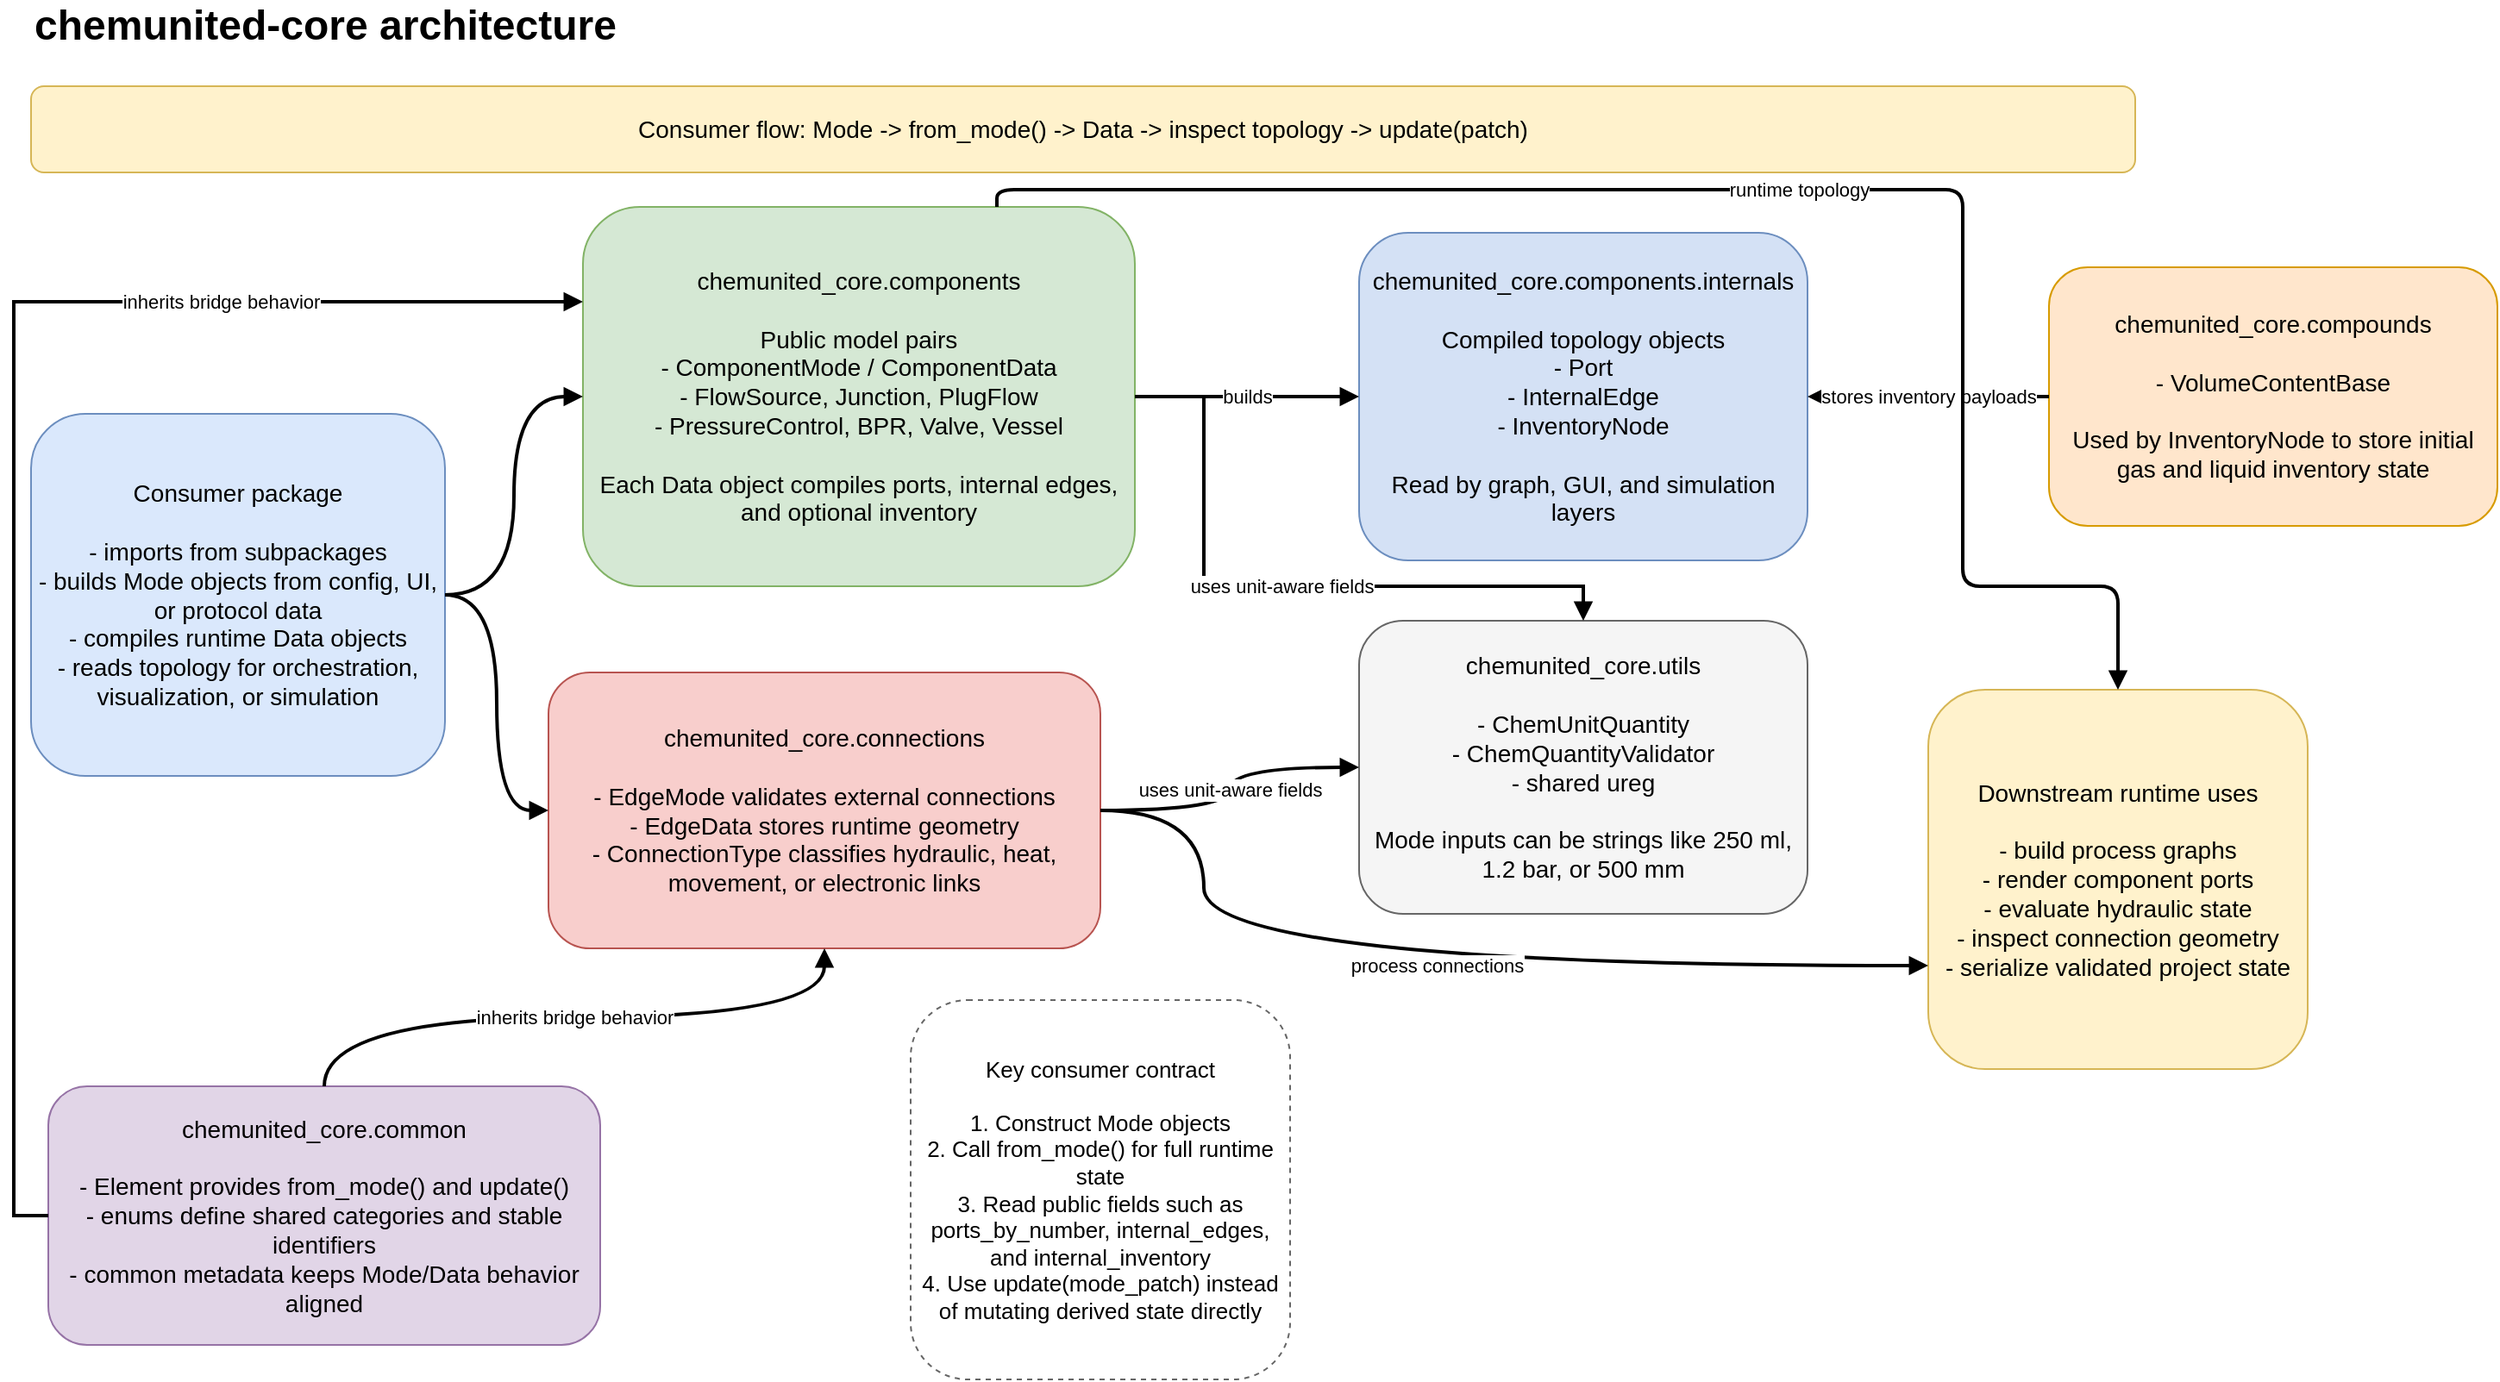
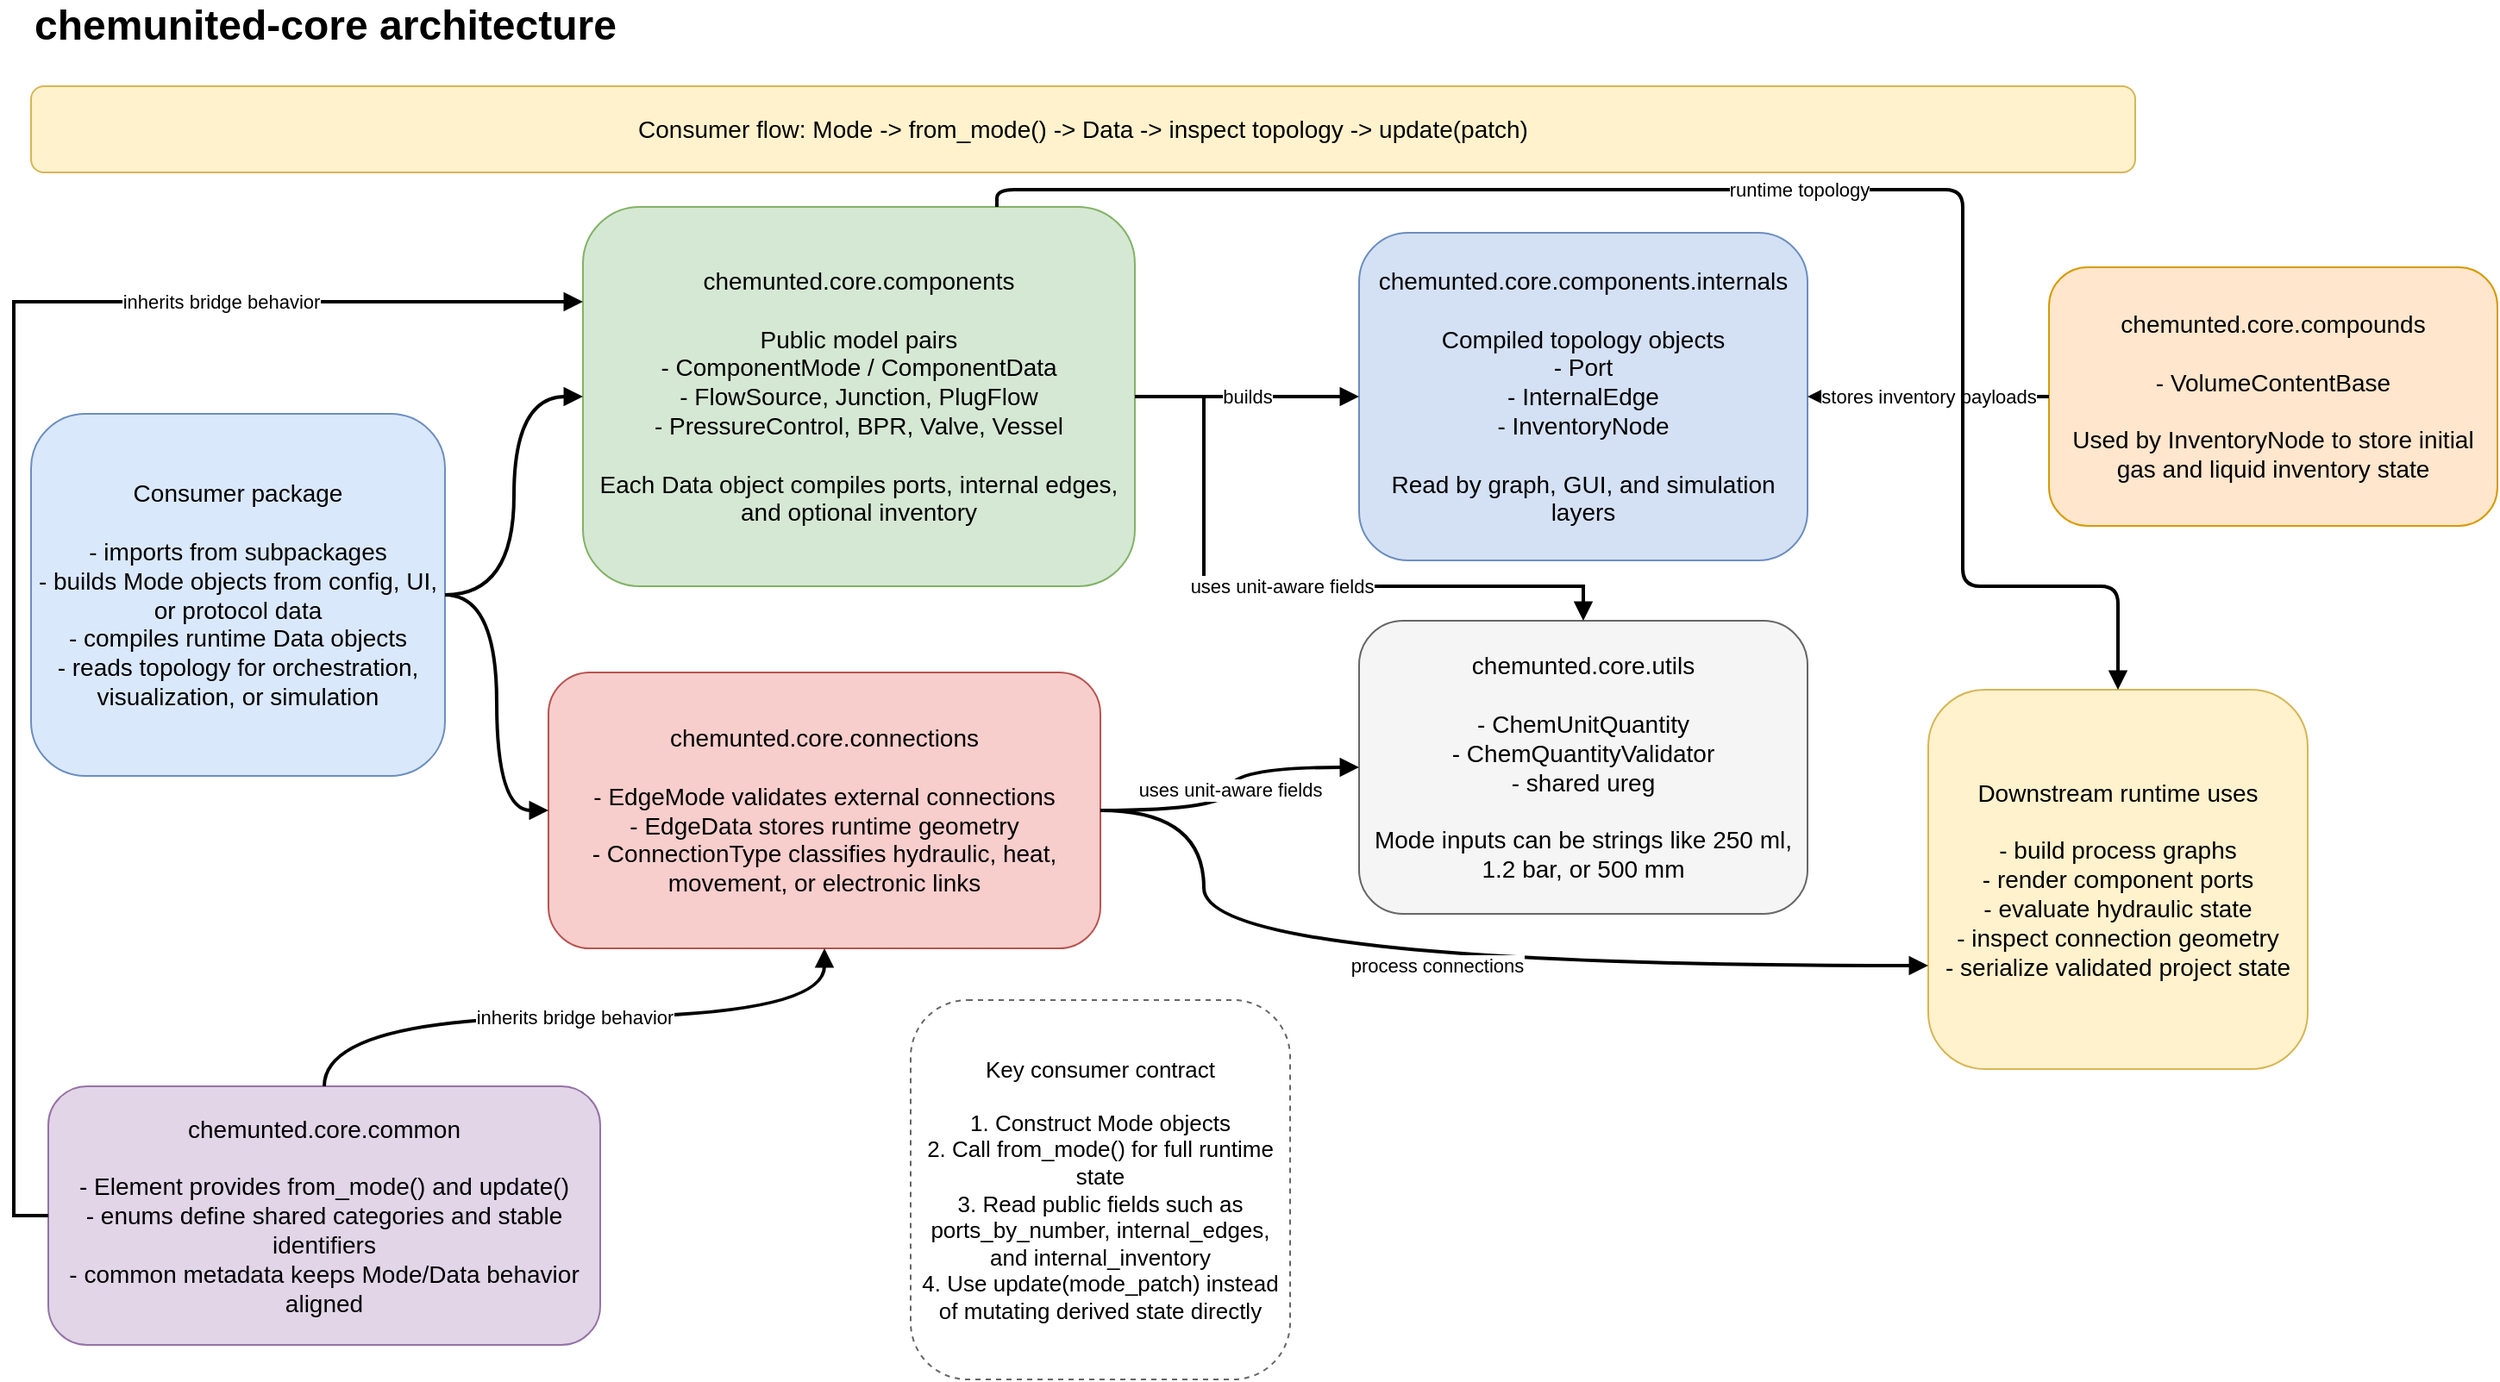
<mxfile host="65bd71144e" compressed="false">
    <diagram id="chemunited-core-architecture" name="Architecture">
        <mxGraphModel dx="1426" dy="861" grid="1" gridSize="10" guides="1" tooltips="1" connect="1" arrows="1" fold="1" page="1" pageScale="1" pageWidth="1600" pageHeight="900" math="0" shadow="0">
            <root>
                <mxCell id="0"/>
                <mxCell id="1" parent="0"/>
                <mxCell id="title" value="chemunited-core architecture" style="text;html=1;strokeColor=none;fillColor=none;align=left;verticalAlign=middle;fontSize=24;fontStyle=1;" parent="1" vertex="1">
                    <mxGeometry x="40" y="20" width="320" height="30" as="geometry"/>
                </mxCell>
                <mxCell id="summary" value="Consumer flow: Mode -&gt; from_mode() -&gt; Data -&gt; inspect topology -&gt; update(patch)" style="rounded=1;whiteSpace=wrap;html=1;fillColor=#fff2cc;strokeColor=#d6b656;fontSize=14;" parent="1" vertex="1">
                    <mxGeometry x="40" y="70" width="1220" height="50" as="geometry"/>
                </mxCell>
                <mxCell id="consumer" value="Consumer package&#xa;&#xa;- imports from subpackages&#xa;- builds Mode objects from config, UI, or protocol data&#xa;- compiles runtime Data objects&#xa;- reads topology for orchestration, visualization, or simulation" style="rounded=1;whiteSpace=wrap;html=1;fillColor=#dae8fc;strokeColor=#6c8ebf;fontSize=14;" parent="1" vertex="1">
                    <mxGeometry x="40" y="260" width="240" height="210" as="geometry"/>
                </mxCell>
-                 <mxCell id="components" value="chemunited_core.components&#xa;&#xa;Public model pairs&#xa;- ComponentMode / ComponentData&#xa;- FlowSource, Junction, PlugFlow&#xa;- PressureControl, BPR, Valve, Vessel&#xa;&#xa;Each Data object compiles ports, internal edges, and optional inventory" style="rounded=1;whiteSpace=wrap;html=1;fillColor=#d5e8d4;strokeColor=#82b366;fontSize=14;" parent="1" vertex="1">
+                 <mxCell id="components" value="chemunted.core.components&#xa;&#xa;Public model pairs&#xa;- ComponentMode / ComponentData&#xa;- FlowSource, Junction, PlugFlow&#xa;- PressureControl, BPR, Valve, Vessel&#xa;&#xa;Each Data object compiles ports, internal edges, and optional inventory" style="rounded=1;whiteSpace=wrap;html=1;fillColor=#d5e8d4;strokeColor=#82b366;fontSize=14;" parent="1" vertex="1">
                    <mxGeometry x="360" y="140" width="320" height="220" as="geometry"/>
                </mxCell>
-                 <mxCell id="connections" value="chemunited_core.connections&#xa;&#xa;- EdgeMode validates external connections&#xa;- EdgeData stores runtime geometry&#xa;- ConnectionType classifies hydraulic, heat, movement, or electronic links" style="rounded=1;whiteSpace=wrap;html=1;fillColor=#f8cecc;strokeColor=#b85450;fontSize=14;" parent="1" vertex="1">
+                 <mxCell id="connections" value="chemunted.core.connections&#xa;&#xa;- EdgeMode validates external connections&#xa;- EdgeData stores runtime geometry&#xa;- ConnectionType classifies hydraulic, heat, movement, or electronic links" style="rounded=1;whiteSpace=wrap;html=1;fillColor=#f8cecc;strokeColor=#b85450;fontSize=14;" parent="1" vertex="1">
                    <mxGeometry x="340" y="410" width="320" height="160" as="geometry"/>
                </mxCell>
-                 <mxCell id="common" value="chemunited_core.common&#xa;&#xa;- Element provides from_mode() and update()&#xa;- enums define shared categories and stable identifiers&#xa;- common metadata keeps Mode/Data behavior aligned" style="rounded=1;whiteSpace=wrap;html=1;fillColor=#e1d5e7;strokeColor=#9673a6;fontSize=14;" parent="1" vertex="1">
+                 <mxCell id="common" value="chemunted.core.common&#xa;&#xa;- Element provides from_mode() and update()&#xa;- enums define shared categories and stable identifiers&#xa;- common metadata keeps Mode/Data behavior aligned" style="rounded=1;whiteSpace=wrap;html=1;fillColor=#e1d5e7;strokeColor=#9673a6;fontSize=14;" parent="1" vertex="1">
                    <mxGeometry x="50" y="650" width="320" height="150" as="geometry"/>
                </mxCell>
-                 <mxCell id="internals" value="chemunited_core.components.internals&#xa;&#xa;Compiled topology objects&#xa;- Port&#xa;- InternalEdge&#xa;- InventoryNode&#xa;&#xa;Read by graph, GUI, and simulation layers" style="rounded=1;whiteSpace=wrap;html=1;fillColor=#d4e1f5;strokeColor=#6c8ebf;fontSize=14;" parent="1" vertex="1">
+                 <mxCell id="internals" value="chemunted.core.components.internals&#xa;&#xa;Compiled topology objects&#xa;- Port&#xa;- InternalEdge&#xa;- InventoryNode&#xa;&#xa;Read by graph, GUI, and simulation layers" style="rounded=1;whiteSpace=wrap;html=1;fillColor=#d4e1f5;strokeColor=#6c8ebf;fontSize=14;" parent="1" vertex="1">
                    <mxGeometry x="810" y="155" width="260" height="190" as="geometry"/>
                </mxCell>
-                 <mxCell id="quantities" value="chemunited_core.utils&#xa;&#xa;- ChemUnitQuantity&#xa;- ChemQuantityValidator&#xa;- shared ureg&#xa;&#xa;Mode inputs can be strings like 250 ml, 1.2 bar, or 500 mm" style="rounded=1;whiteSpace=wrap;html=1;fillColor=#f5f5f5;strokeColor=#666666;fontSize=14;" parent="1" vertex="1">
+                 <mxCell id="quantities" value="chemunted.core.utils&#xa;&#xa;- ChemUnitQuantity&#xa;- ChemQuantityValidator&#xa;- shared ureg&#xa;&#xa;Mode inputs can be strings like 250 ml, 1.2 bar, or 500 mm" style="rounded=1;whiteSpace=wrap;html=1;fillColor=#f5f5f5;strokeColor=#666666;fontSize=14;" parent="1" vertex="1">
                    <mxGeometry x="810" y="380" width="260" height="170" as="geometry"/>
                </mxCell>
-                 <mxCell id="compounds" value="chemunited_core.compounds&#xa;&#xa;- VolumeContentBase&#xa;&#xa;Used by InventoryNode to store initial gas and liquid inventory state" style="rounded=1;whiteSpace=wrap;html=1;fillColor=#ffe6cc;strokeColor=#d79b00;fontSize=14;" parent="1" vertex="1">
+                 <mxCell id="compounds" value="chemunted.core.compounds&#xa;&#xa;- VolumeContentBase&#xa;&#xa;Used by InventoryNode to store initial gas and liquid inventory state" style="rounded=1;whiteSpace=wrap;html=1;fillColor=#ffe6cc;strokeColor=#d79b00;fontSize=14;" parent="1" vertex="1">
                    <mxGeometry x="1210" y="175" width="260" height="150" as="geometry"/>
                </mxCell>
                <mxCell id="downstream" value="Downstream runtime uses&#xa;&#xa;- build process graphs&#xa;- render component ports&#xa;- evaluate hydraulic state&#xa;- inspect connection geometry&#xa;- serialize validated project state" style="rounded=1;whiteSpace=wrap;html=1;fillColor=#fff2cc;strokeColor=#d6b656;fontSize=14;" parent="1" vertex="1">
                    <mxGeometry x="1140" y="420" width="220" height="220" as="geometry"/>
                </mxCell>
                <mxCell id="note" value="Key consumer contract&#xa;&#xa;1. Construct Mode objects&#xa;2. Call from_mode() for full runtime state&#xa;3. Read public fields such as ports_by_number, internal_edges, and internal_inventory&#xa;4. Use update(mode_patch) instead of mutating derived state directly" style="rounded=1;whiteSpace=wrap;html=1;dashed=1;fillColor=#ffffff;strokeColor=#666666;fontSize=13;" parent="1" vertex="1">
                    <mxGeometry x="550" y="600" width="220" height="220" as="geometry"/>
                </mxCell>
                <mxCell id="e1" style="edgeStyle=orthogonalEdgeStyle;rounded=0;orthogonalLoop=1;jettySize=auto;html=1;endArrow=block;strokeWidth=2;curved=1;" parent="1" source="consumer" target="components" edge="1">
                    <mxGeometry relative="1" as="geometry"/>
                </mxCell>
                <mxCell id="e2" style="edgeStyle=orthogonalEdgeStyle;rounded=0;orthogonalLoop=1;jettySize=auto;html=1;endArrow=block;strokeWidth=2;curved=1;" parent="1" source="consumer" target="connections" edge="1">
                    <mxGeometry relative="1" as="geometry"/>
                </mxCell>
                <mxCell id="e3" value="inherits bridge behavior" style="edgeStyle=orthogonalEdgeStyle;rounded=0;orthogonalLoop=1;jettySize=auto;html=1;endArrow=block;strokeWidth=2;entryX=0;entryY=0.25;entryDx=0;entryDy=0;" parent="1" source="common" target="components" edge="1">
                    <mxGeometry x="0.5227" relative="1" as="geometry">
                        <Array as="points">
                            <mxPoint x="30" y="725"/>
                            <mxPoint x="30" y="195"/>
                        </Array>
                        <mxPoint as="offset"/>
                    </mxGeometry>
                </mxCell>
                <mxCell id="e4" value="inherits bridge behavior" style="edgeStyle=orthogonalEdgeStyle;rounded=0;orthogonalLoop=1;jettySize=auto;html=1;endArrow=block;strokeWidth=2;curved=1;" parent="1" source="common" target="connections" edge="1">
                    <mxGeometry relative="1" as="geometry"/>
                </mxCell>
                <mxCell id="e5" value="builds" style="edgeStyle=orthogonalEdgeStyle;rounded=0;orthogonalLoop=1;jettySize=auto;html=1;endArrow=block;strokeWidth=2;" parent="1" source="components" target="internals" edge="1">
                    <mxGeometry relative="1" as="geometry"/>
                </mxCell>
                <mxCell id="e6" value="uses unit-aware fields" style="edgeStyle=orthogonalEdgeStyle;rounded=0;orthogonalLoop=1;jettySize=auto;html=1;endArrow=block;strokeWidth=2;entryX=0.5;entryY=0;entryDx=0;entryDy=0;" parent="1" source="components" target="quantities" edge="1">
                    <mxGeometry relative="1" as="geometry">
                        <Array as="points">
                            <mxPoint x="720" y="250"/>
                            <mxPoint x="720" y="360"/>
                            <mxPoint x="940" y="360"/>
                        </Array>
                    </mxGeometry>
                </mxCell>
                <mxCell id="e7" value="uses unit-aware fields" style="edgeStyle=orthogonalEdgeStyle;rounded=0;orthogonalLoop=1;jettySize=auto;html=1;endArrow=block;strokeWidth=2;curved=1;" parent="1" source="connections" target="quantities" edge="1">
                    <mxGeometry relative="1" as="geometry"/>
                </mxCell>
                <mxCell id="e8" value="stores inventory payloads" style="edgeStyle=orthogonalEdgeStyle;rounded=0;orthogonalLoop=1;jettySize=auto;html=1;endArrow=block;strokeWidth=2;" parent="1" source="compounds" target="internals" edge="1">
                    <mxGeometry relative="1" as="geometry"/>
                </mxCell>
                <mxCell id="e9" value="process connections" style="edgeStyle=orthogonalEdgeStyle;rounded=0;orthogonalLoop=1;jettySize=auto;html=1;endArrow=block;strokeWidth=2;curved=1;" parent="1" source="connections" target="downstream" edge="1">
                    <mxGeometry relative="1" as="geometry">
                        <Array as="points">
                            <mxPoint x="720" y="490"/>
                            <mxPoint x="720" y="580"/>
                        </Array>
                    </mxGeometry>
                </mxCell>
                <mxCell id="e10" value="runtime topology" style="edgeStyle=orthogonalEdgeStyle;rounded=1;orthogonalLoop=1;jettySize=auto;html=1;endArrow=block;strokeWidth=2;exitX=0.75;exitY=0;exitDx=0;exitDy=0;entryX=0.5;entryY=0;entryDx=0;entryDy=0;curved=0;" parent="1" source="components" target="downstream" edge="1">
                    <mxGeometry relative="1" as="geometry">
                        <Array as="points">
                            <mxPoint x="600" y="130"/>
                            <mxPoint x="1160" y="130"/>
                            <mxPoint x="1160" y="360"/>
                            <mxPoint x="1250" y="360"/>
                        </Array>
                    </mxGeometry>
                </mxCell>
            </root>
        </mxGraphModel>
    </diagram>
- </mxfile>+ </mxfile>
